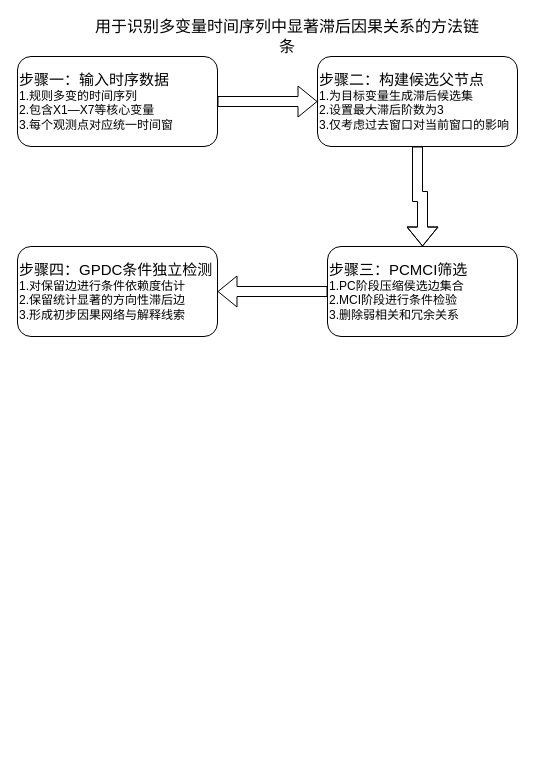
Earlier version of the draw.io diagram 未命名绘图.drawio (suerzzh/Social-Media-Event-Propagation-Analysis-Based-on-Causal-Inference). Source tidied: cells renumbered, new cells numbered last; positions are measured from the earlier drawing's top-left corner, leaving out a move shared by most shapes. Both pictures are drawn from the tidied source at 100%, with x=0, y=0 at pixel (17, 26).
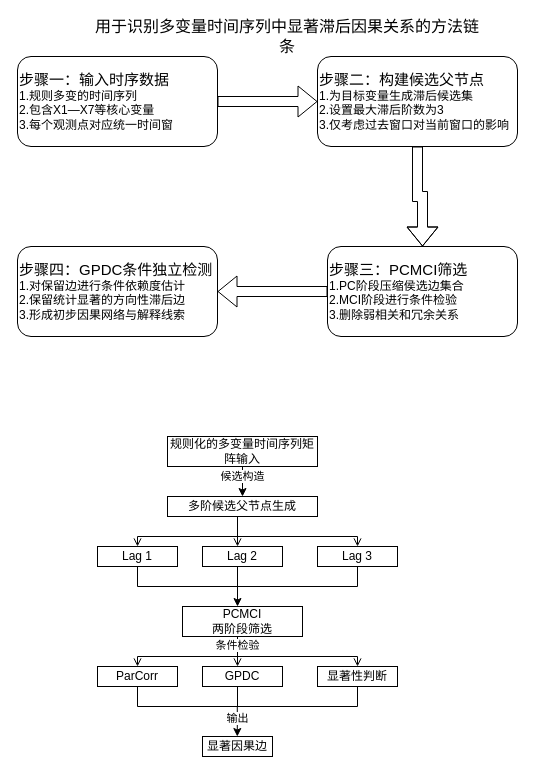
Above is the later version.

Commit message:
更新未命名绘图.drawio

Diff of the diagram source:
```diff
@@
+    <mxCell id="10" style="edgeStyle=orthogonalEdgeStyle;rounded=0;jettySize=auto;html=1;" parent="1" edge="1" source="12" target="13">
+      <mxGeometry relative="1" as="geometry" />
+    </mxCell>
+    <mxCell id="11" value="候选构造" style="edgeLabel;html=1;align=center;verticalAlign=middle;" parent="10" vertex="1">
+      <mxGeometry x="-0.64" y="-1" relative="1" as="geometry" />
+    </mxCell>
+    <mxCell id="12" value="&lt;font&gt;规则化的多变量时间序列矩阵输入&lt;/font&gt;" style="rounded=0;whiteSpace=wrap;html=1;" parent="1" vertex="1">
+      <mxGeometry x="150" y="410" width="150" height="30" as="geometry" />
+    </mxCell>
+    <mxCell id="13" value="多阶候选父节点生成" style="rounded=0;whiteSpace=wrap;html=1;" parent="1" vertex="1">
+      <mxGeometry x="150" y="470" width="150" height="20" as="geometry" />
+    </mxCell>
+    <mxCell id="14" value="Lag 1" style="rounded=0;whiteSpace=wrap;html=1;" parent="1" vertex="1">
+      <mxGeometry x="80" y="520" width="80" height="20" as="geometry" />
+    </mxCell>
+    <mxCell id="15" value="Lag 2" style="rounded=0;whiteSpace=wrap;html=1;" parent="1" vertex="1">
+      <mxGeometry x="185" y="520" width="80" height="20" as="geometry" />
+    </mxCell>
+    <mxCell id="16" value="Lag 3" style="rounded=0;whiteSpace=wrap;html=1;" parent="1" vertex="1">
+      <mxGeometry x="300" y="520" width="80" height="20" as="geometry" />
+    </mxCell>
+    <mxCell id="17" value="PCMCI&lt;div&gt;两阶段筛选&lt;/div&gt;" style="rounded=0;whiteSpace=wrap;html=1;" parent="1" vertex="1">
+      <mxGeometry x="165" y="580" width="120" height="30" as="geometry" />
+    </mxCell>
+    <mxCell id="18" style="endArrow=none;html=1;rounded=0;" parent="1" edge="1">
+      <mxGeometry relative="1" as="geometry">
+        <mxPoint x="120" y="560" as="sourcePoint" />
+        <mxPoint x="120" y="540" as="targetPoint" />
+      </mxGeometry>
+    </mxCell>
+    <mxCell id="19" style="endArrow=none;html=1;rounded=0;" parent="1" edge="1">
+      <mxGeometry relative="1" as="geometry">
+        <mxPoint x="220" y="560" as="sourcePoint" />
+        <mxPoint x="220" y="540" as="targetPoint" />
+      </mxGeometry>
+    </mxCell>
+    <mxCell id="20" style="endArrow=none;html=1;rounded=0;" parent="1" edge="1">
+      <mxGeometry relative="1" as="geometry">
+        <mxPoint x="340" y="560" as="sourcePoint" />
+        <mxPoint x="340" y="540" as="targetPoint" />
+      </mxGeometry>
+    </mxCell>
+    <mxCell id="21" style="endArrow=none;html=1;rounded=0;" parent="1" edge="1">
+      <mxGeometry relative="1" as="geometry">
+        <mxPoint x="220" y="510" as="sourcePoint" />
+        <mxPoint x="220" y="490" as="targetPoint" />
+      </mxGeometry>
+    </mxCell>
+    <mxCell id="22" style="endArrow=open;html=1;rounded=0;entryX=0.5;entryY=0;entryDx=0;entryDy=0;endFill=0;" parent="1" edge="1" target="14">
+      <mxGeometry relative="1" as="geometry">
+        <mxPoint x="120" y="510" as="sourcePoint" />
+      </mxGeometry>
+    </mxCell>
+    <mxCell id="23" style="endArrow=open;html=1;rounded=0;entryX=0.5;entryY=0;entryDx=0;entryDy=0;endFill=0;" parent="1" edge="1">
+      <mxGeometry relative="1" as="geometry">
+        <mxPoint x="220" y="510" as="sourcePoint" />
+        <mxPoint x="220" y="520" as="targetPoint" />
+      </mxGeometry>
+    </mxCell>
+    <mxCell id="24" style="endArrow=open;html=1;rounded=0;entryX=0.5;entryY=0;entryDx=0;entryDy=0;endFill=0;" parent="1" edge="1">
+      <mxGeometry relative="1" as="geometry">
+        <mxPoint x="340" y="510" as="sourcePoint" />
+        <mxPoint x="340" y="520" as="targetPoint" />
+      </mxGeometry>
+    </mxCell>
+    <mxCell id="25" style="endArrow=none;html=1;rounded=0;" parent="1" edge="1">
+      <mxGeometry relative="1" as="geometry">
+        <mxPoint x="120" y="510" as="sourcePoint" />
+        <mxPoint x="340" y="510" as="targetPoint" />
+      </mxGeometry>
+    </mxCell>
+    <mxCell id="26" style="endArrow=none;html=1;rounded=0;" parent="1" edge="1">
+      <mxGeometry relative="1" as="geometry">
+        <mxPoint x="120" y="560" as="sourcePoint" />
+        <mxPoint x="340" y="560" as="targetPoint" />
+      </mxGeometry>
+    </mxCell>
+    <mxCell id="27" style="endArrow=classic;html=1;rounded=0;" parent="1" edge="1">
+      <mxGeometry relative="1" as="geometry">
+        <mxPoint x="220" y="560" as="sourcePoint" />
+        <mxPoint x="220" y="580" as="targetPoint" />
+      </mxGeometry>
+    </mxCell>
+    <mxCell id="28" value="ParCorr" style="rounded=0;whiteSpace=wrap;html=1;" parent="1" vertex="1">
+      <mxGeometry x="80" y="640" width="80" height="20" as="geometry" />
+    </mxCell>
+    <mxCell id="29" value="GPDC" style="rounded=0;whiteSpace=wrap;html=1;" parent="1" vertex="1">
+      <mxGeometry x="185" y="640" width="80" height="20" as="geometry" />
+    </mxCell>
+    <mxCell id="30" value="显著性判断" style="rounded=0;whiteSpace=wrap;html=1;" parent="1" vertex="1">
+      <mxGeometry x="300" y="640" width="80" height="20" as="geometry" />
+    </mxCell>
+    <mxCell id="31" style="endArrow=none;html=1;rounded=0;" parent="1" edge="1">
+      <mxGeometry relative="1" as="geometry">
+        <mxPoint x="120" y="680" as="sourcePoint" />
+        <mxPoint x="120" y="660" as="targetPoint" />
+      </mxGeometry>
+    </mxCell>
+    <mxCell id="32" style="endArrow=none;html=1;rounded=0;" parent="1" edge="1">
+      <mxGeometry relative="1" as="geometry">
+        <mxPoint x="220" y="680" as="sourcePoint" />
+        <mxPoint x="220" y="660" as="targetPoint" />
+      </mxGeometry>
+    </mxCell>
+    <mxCell id="33" style="endArrow=none;html=1;rounded=0;" parent="1" edge="1">
+      <mxGeometry relative="1" as="geometry">
+        <mxPoint x="340" y="680" as="sourcePoint" />
+        <mxPoint x="340" y="660" as="targetPoint" />
+      </mxGeometry>
+    </mxCell>
+    <mxCell id="34" style="endArrow=open;html=1;rounded=0;entryX=0.5;entryY=0;entryDx=0;entryDy=0;endFill=0;" parent="1" edge="1" target="28">
+      <mxGeometry relative="1" as="geometry">
+        <mxPoint x="120" y="630" as="sourcePoint" />
+      </mxGeometry>
+    </mxCell>
+    <mxCell id="35" style="endArrow=open;html=1;rounded=0;entryX=0.5;entryY=0;entryDx=0;entryDy=0;endFill=0;" parent="1" edge="1">
+      <mxGeometry relative="1" as="geometry">
+        <mxPoint x="220" y="630" as="sourcePoint" />
+        <mxPoint x="220" y="640" as="targetPoint" />
+      </mxGeometry>
+    </mxCell>
+    <mxCell id="36" style="endArrow=open;html=1;rounded=0;entryX=0.5;entryY=0;entryDx=0;entryDy=0;endFill=0;" parent="1" edge="1">
+      <mxGeometry relative="1" as="geometry">
+        <mxPoint x="340" y="630" as="sourcePoint" />
+        <mxPoint x="340" y="640" as="targetPoint" />
+      </mxGeometry>
+    </mxCell>
+    <mxCell id="37" style="endArrow=none;html=1;rounded=0;" parent="1" edge="1">
+      <mxGeometry relative="1" as="geometry">
+        <mxPoint x="120" y="630" as="sourcePoint" />
+        <mxPoint x="340" y="630" as="targetPoint" />
+      </mxGeometry>
+    </mxCell>
+    <mxCell id="38" style="endArrow=none;html=1;rounded=0;" parent="1" edge="1">
+      <mxGeometry relative="1" as="geometry">
+        <mxPoint x="120" y="680" as="sourcePoint" />
+        <mxPoint x="340" y="680" as="targetPoint" />
+      </mxGeometry>
+    </mxCell>
+    <mxCell id="39" style="endArrow=none;html=1;rounded=0;" parent="1" edge="1">
+      <mxGeometry relative="1" as="geometry">
+        <mxPoint x="220" y="630" as="sourcePoint" />
+        <mxPoint x="220" y="610" as="targetPoint" />
+      </mxGeometry>
+    </mxCell>
+    <mxCell id="40" value="条件检验" style="edgeLabel;html=1;align=center;verticalAlign=middle;" parent="39" vertex="1">
+      <mxGeometry x="0.22" y="1" relative="1" as="geometry" />
+    </mxCell>
+    <mxCell id="41" value="显著因果边" style="rounded=0;whiteSpace=wrap;html=1;" parent="1" vertex="1">
+      <mxGeometry x="185" y="710" width="70" height="20" as="geometry" />
+    </mxCell>
+    <mxCell id="42" style="endArrow=classic;html=1;rounded=0;" parent="1" edge="1">
+      <mxGeometry relative="1" as="geometry">
+        <mxPoint x="219.8" y="680" as="sourcePoint" />
+        <mxPoint x="219.8" y="710" as="targetPoint" />
+      </mxGeometry>
+    </mxCell>
+    <mxCell id="43" value="输出" style="edgeLabel;html=1;align=center;verticalAlign=middle;" parent="42" vertex="1">
+      <mxGeometry x="-0.24" relative="1" as="geometry" />
+    </mxCell>
```
